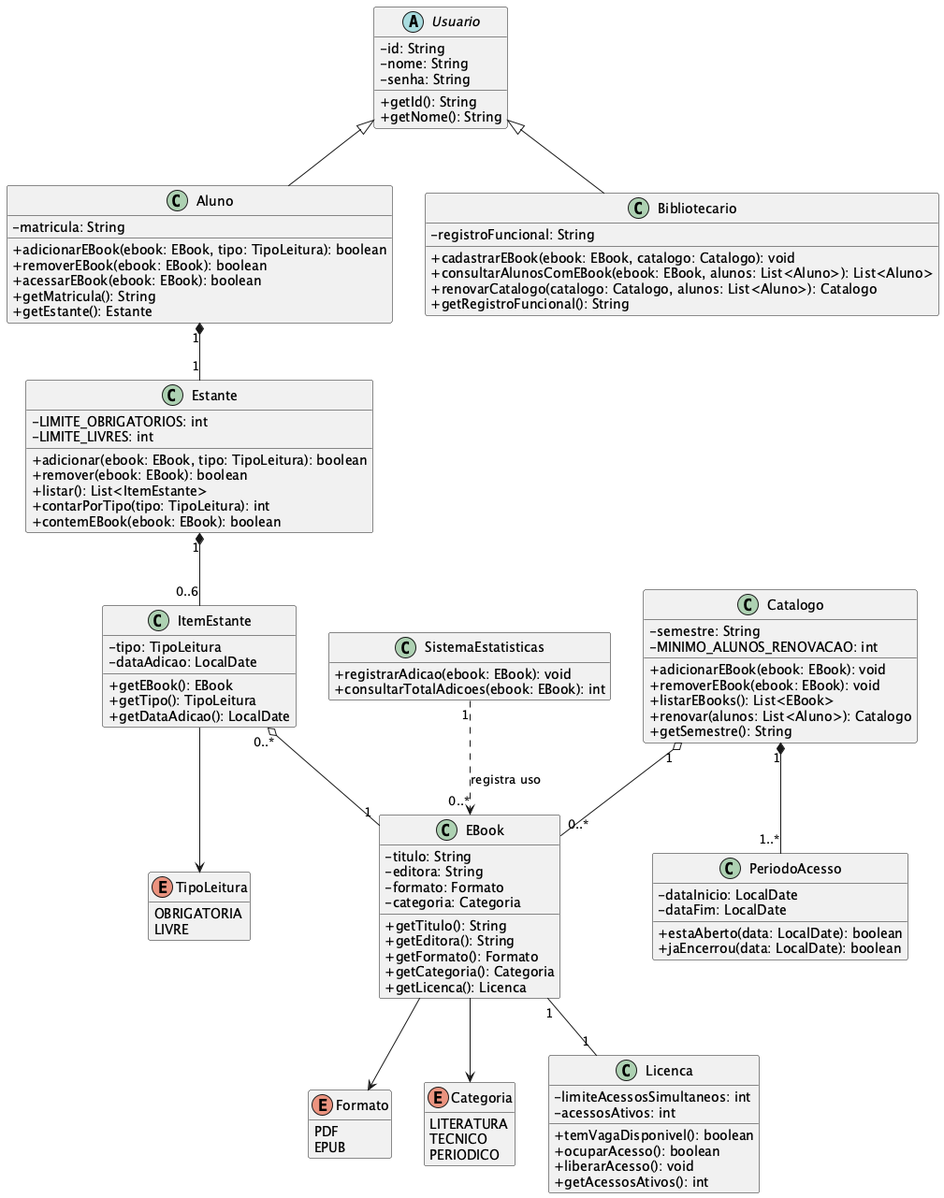
Earlier version of the PlantUML export docs/diagramas/DiagramaClassesPuml.png (fillmello/lab01-ebooks-biblioteca).
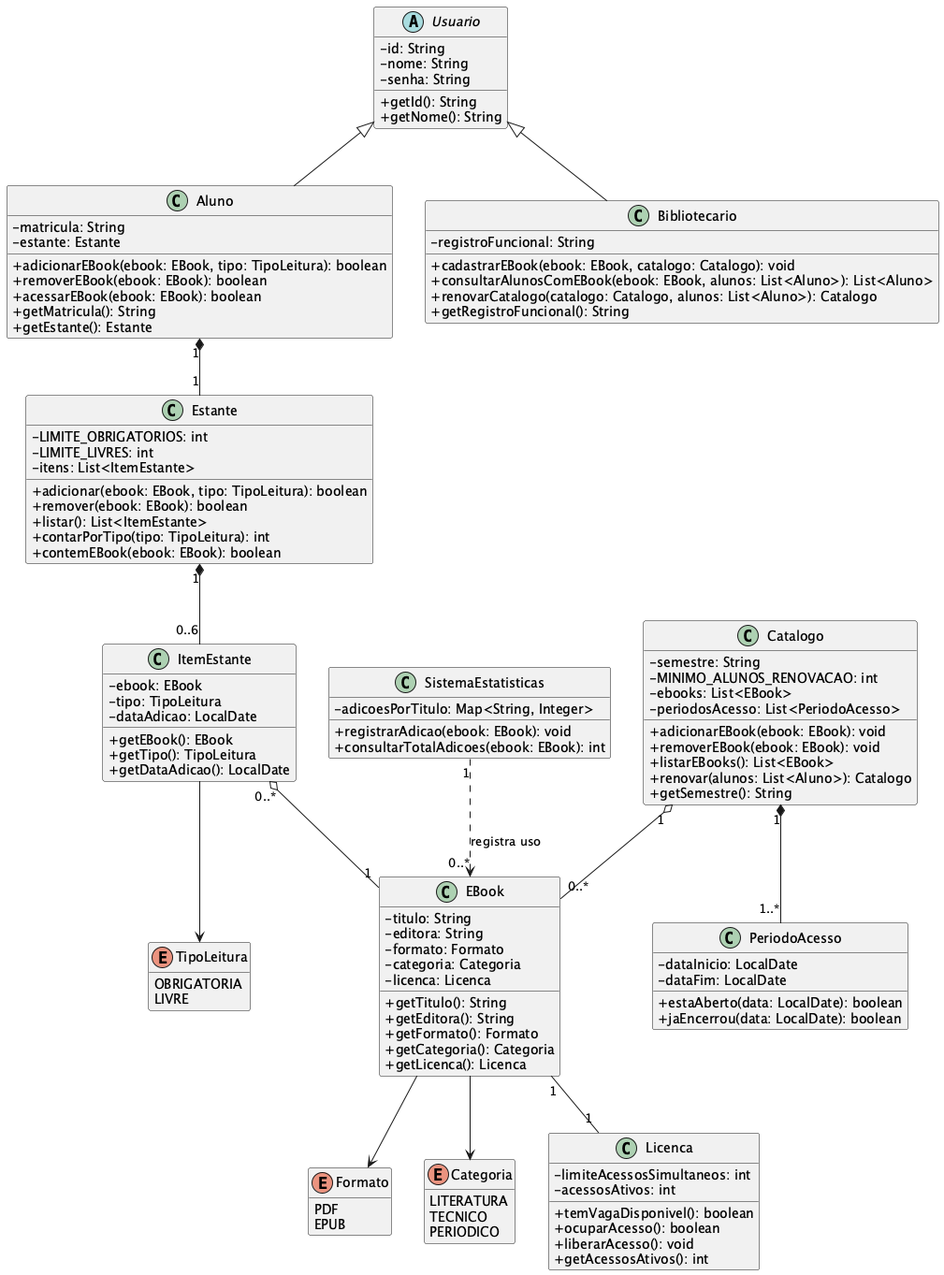
The same file after the commit.

Commit message:
docs: explicita atributos de referencia no diagrama de classes

What changed in the source:
```diff
@@ -12,6 +12,7 @@
 
 class Aluno {
   -matricula: String
+  -estante: Estante
   +adicionarEBook(ebook: EBook, tipo: TipoLeitura): boolean
   +removerEBook(ebook: EBook): boolean
   +acessarEBook(ebook: EBook): boolean
@@ -30,6 +31,7 @@
 class Estante {
   -LIMITE_OBRIGATORIOS: int
   -LIMITE_LIVRES: int
+  -itens: List<ItemEstante>
   +adicionar(ebook: EBook, tipo: TipoLeitura): boolean
   +remover(ebook: EBook): boolean
   +listar(): List<ItemEstante>
@@ -38,6 +40,7 @@
 }
 
 class ItemEstante {
+  -ebook: EBook
   -tipo: TipoLeitura
   -dataAdicao: LocalDate
   +getEBook(): EBook
@@ -55,6 +58,7 @@
   -editora: String
   -formato: Formato
   -categoria: Categoria
+  -licenca: Licenca
   +getTitulo(): String
   +getEditora(): String
   +getFormato(): Formato
@@ -85,6 +89,8 @@
 class Catalogo {
   -semestre: String
   -MINIMO_ALUNOS_RENOVACAO: int
+  -ebooks: List<EBook>
+  -periodosAcesso: List<PeriodoAcesso>
   +adicionarEBook(ebook: EBook): void
   +removerEBook(ebook: EBook): void
   +listarEBooks(): List<EBook>
@@ -100,6 +106,7 @@
 }
 
 class SistemaEstatisticas {
+  -adicoesPorTitulo: Map<String, Integer>
   +registrarAdicao(ebook: EBook): void
   +consultarTotalAdicoes(ebook: EBook): int
 }
```
